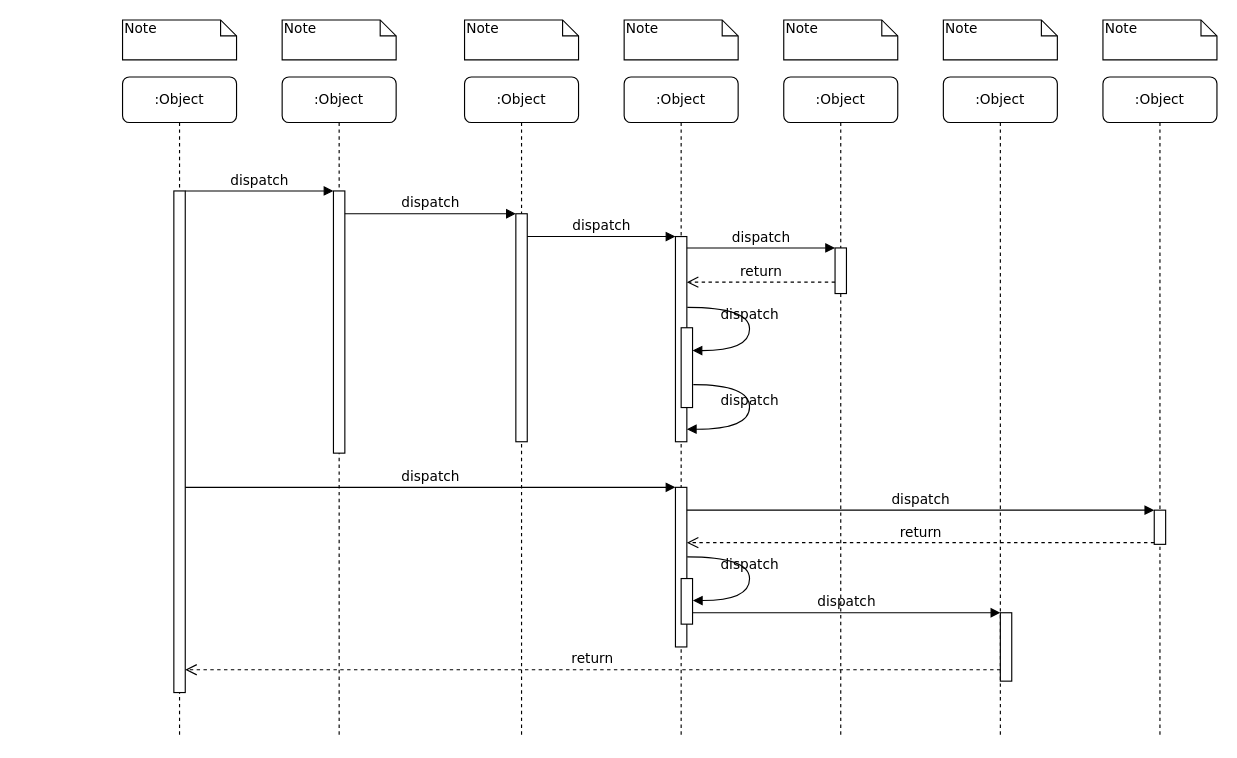
Above: Diagrama sem nome.drawio in milan-iscte/isctespot (draw.io), before the change. Source tidied: cells renumbered, new cells numbered last; positions are measured from the earlier drawing's top-left corner, leaving out a move shared by most shapes. Both pictures are drawn from the tidied source at 114%, with x=0, y=0 at pixel (122, 19).
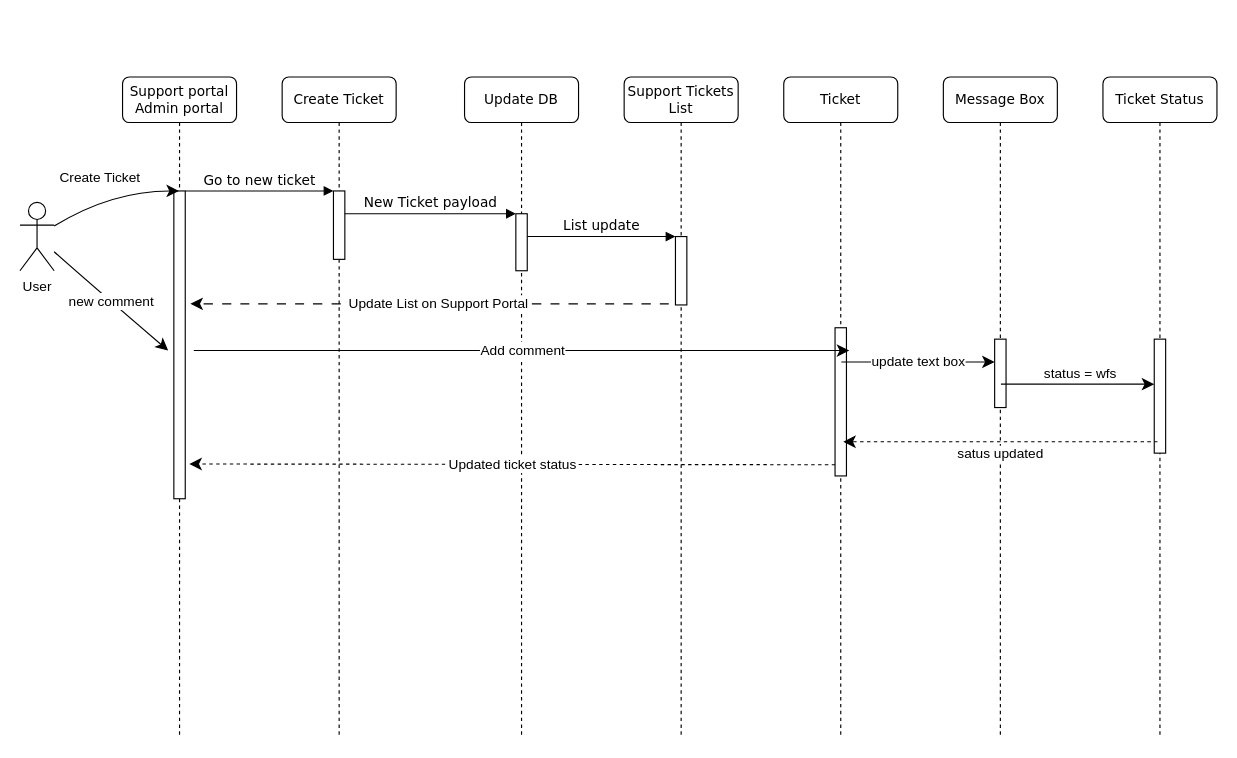
The same page after the edit.

Commit message:
update_user_flow

Change to the diagram source:
```diff
@@
-    <mxCell id="2" value=":Object" style="shape=umlLifeline;perimeter=lifelinePerimeter;whiteSpace=wrap;html=1;rounded=1;shadow=0;comic=0;labelBackgroundColor=none;strokeWidth=1;fontFamily=Verdana;fontSize=12;align=center;" parent="1" vertex="1">
+    <mxCell id="2" value="Create Ticket" style="shape=umlLifeline;perimeter=lifelinePerimeter;whiteSpace=wrap;html=1;rounded=1;shadow=0;comic=0;labelBackgroundColor=none;strokeWidth=1;fontFamily=Verdana;fontSize=12;align=center;" parent="1" vertex="1">
       <mxGeometry x="140" y="50" width="100" height="580" as="geometry" />
     </mxCell>
     <mxCell id="3" style="html=1;points=[];perimeter=orthogonalPerimeter;rounded=0;shadow=0;comic=0;labelBackgroundColor=none;strokeWidth=1;fontFamily=Verdana;fontSize=12;align=center;" parent="2" vertex="1">
-      <mxGeometry x="45" y="100" width="10" height="230" as="geometry" />
+      <mxGeometry x="45" y="100" width="10" height="60" as="geometry" />
     </mxCell>
-    <mxCell id="4" value=":Object" style="shape=umlLifeline;perimeter=lifelinePerimeter;whiteSpace=wrap;html=1;rounded=1;shadow=0;comic=0;labelBackgroundColor=none;strokeWidth=1;fontFamily=Verdana;fontSize=12;align=center;" parent="1" vertex="1">
+    <mxCell id="4" value="Update DB" style="shape=umlLifeline;perimeter=lifelinePerimeter;whiteSpace=wrap;html=1;rounded=1;shadow=0;comic=0;labelBackgroundColor=none;strokeWidth=1;fontFamily=Verdana;fontSize=12;align=center;" parent="1" vertex="1">
       <mxGeometry x="300" y="50" width="100" height="580" as="geometry" />
     </mxCell>
     <mxCell id="5" style="html=1;points=[];perimeter=orthogonalPerimeter;rounded=0;shadow=0;comic=0;labelBackgroundColor=none;strokeWidth=1;fontFamily=Verdana;fontSize=12;align=center;" parent="4" vertex="1">
-      <mxGeometry x="45" y="120" width="10" height="200" as="geometry" />
+      <mxGeometry x="45" y="120" width="10" height="50" as="geometry" />
     </mxCell>
-    <mxCell id="6" value=":Object" style="shape=umlLifeline;perimeter=lifelinePerimeter;whiteSpace=wrap;html=1;rounded=1;shadow=0;comic=0;labelBackgroundColor=none;strokeWidth=1;fontFamily=Verdana;fontSize=12;align=center;" parent="1" vertex="1">
+    <mxCell id="6" value="Support Tickets List" style="shape=umlLifeline;perimeter=lifelinePerimeter;whiteSpace=wrap;html=1;rounded=1;shadow=0;comic=0;labelBackgroundColor=none;strokeWidth=1;fontFamily=Verdana;fontSize=12;align=center;" parent="1" vertex="1">
       <mxGeometry x="440" y="50" width="100" height="580" as="geometry" />
     </mxCell>
-    <mxCell id="7" value=":Object" style="shape=umlLifeline;perimeter=lifelinePerimeter;whiteSpace=wrap;html=1;rounded=1;shadow=0;comic=0;labelBackgroundColor=none;strokeWidth=1;fontFamily=Verdana;fontSize=12;align=center;" parent="1" vertex="1">
+    <mxCell id="7" value="Ticket" style="shape=umlLifeline;perimeter=lifelinePerimeter;whiteSpace=wrap;html=1;rounded=1;shadow=0;comic=0;labelBackgroundColor=none;strokeWidth=1;fontFamily=Verdana;fontSize=12;align=center;" parent="1" vertex="1">
       <mxGeometry x="580" y="50" width="100" height="580" as="geometry" />
     </mxCell>
+    <mxCell id="39" style="html=1;perimeter=orthogonalPerimeter;rounded=0;shadow=0;comic=0;labelBackgroundColor=none;strokeWidth=1;fontFamily=Verdana;fontSize=12;align=center;" parent="7" vertex="1">
+      <mxGeometry x="45" y="220" width="10" height="130" as="geometry" />
+    </mxCell>
-    <mxCell id="8" value=":Object" style="shape=umlLifeline;perimeter=lifelinePerimeter;whiteSpace=wrap;html=1;rounded=1;shadow=0;comic=0;labelBackgroundColor=none;strokeWidth=1;fontFamily=Verdana;fontSize=12;align=center;" parent="1" vertex="1">
+    <mxCell id="8" value="Message Box" style="shape=umlLifeline;perimeter=lifelinePerimeter;whiteSpace=wrap;html=1;rounded=1;shadow=0;comic=0;labelBackgroundColor=none;strokeWidth=1;fontFamily=Verdana;fontSize=12;align=center;" parent="1" vertex="1">
       <mxGeometry x="720" y="50" width="100" height="580" as="geometry" />
     </mxCell>
+    <mxCell id="14" style="html=1;points=[];perimeter=orthogonalPerimeter;rounded=0;shadow=0;comic=0;labelBackgroundColor=none;strokeWidth=1;fontFamily=Verdana;fontSize=12;align=center;" parent="8" vertex="1">
+      <mxGeometry x="45" y="230" width="10" height="60" as="geometry" />
+    </mxCell>
+    <mxCell id="40" value="status = wfs" style="edgeStyle=none;curved=1;rounded=0;orthogonalLoop=1;jettySize=auto;html=1;fontSize=12;startSize=8;endSize=8;" parent="8" edge="1">
+      <mxGeometry x="0.03" y="10" relative="1" as="geometry">
+        <mxPoint x="50.5" y="269.5" as="sourcePoint" />
+        <mxPoint x="185" y="269.5" as="targetPoint" />
+        <mxPoint y="1" as="offset" />
+      </mxGeometry>
+    </mxCell>
+    <mxCell id="41" value="update text box" style="edgeStyle=none;curved=1;rounded=0;orthogonalLoop=1;jettySize=auto;html=1;fontSize=12;startSize=8;endSize=8;" parent="8" edge="1">
+      <mxGeometry relative="1" as="geometry">
+        <mxPoint x="-89.5" y="250" as="sourcePoint" />
+        <mxPoint x="45" y="250" as="targetPoint" />
+        <Array as="points">
+          <mxPoint x="-14.5" y="250" />
+        </Array>
+      </mxGeometry>
+    </mxCell>
-    <mxCell id="9" value=":Object" style="shape=umlLifeline;perimeter=lifelinePerimeter;whiteSpace=wrap;html=1;rounded=1;shadow=0;comic=0;labelBackgroundColor=none;strokeWidth=1;fontFamily=Verdana;fontSize=12;align=center;" parent="1" vertex="1">
+    <mxCell id="9" value="Ticket Status" style="shape=umlLifeline;perimeter=lifelinePerimeter;whiteSpace=wrap;html=1;rounded=1;shadow=0;comic=0;labelBackgroundColor=none;strokeWidth=1;fontFamily=Verdana;fontSize=12;align=center;" parent="1" vertex="1">
       <mxGeometry x="860" y="50" width="100" height="580" as="geometry" />
     </mxCell>
+    <mxCell id="42" style="html=1;perimeter=orthogonalPerimeter;rounded=0;shadow=0;comic=0;labelBackgroundColor=none;strokeWidth=1;fontFamily=Verdana;fontSize=12;align=center;" parent="9" vertex="1">
+      <mxGeometry x="45" y="230" width="10" height="100" as="geometry" />
+    </mxCell>
-    <mxCell id="10" value=":Object" style="shape=umlLifeline;perimeter=lifelinePerimeter;whiteSpace=wrap;html=1;outlineConnect=0;rounded=1;shadow=0;comic=0;labelBackgroundColor=none;strokeWidth=1;fontFamily=Verdana;fontSize=12;align=center;" parent="1" vertex="1">
+    <mxCell id="10" value="Support portal&lt;br&gt;Admin portal" style="shape=umlLifeline;perimeter=lifelinePerimeter;whiteSpace=wrap;html=1;outlineConnect=0;rounded=1;shadow=0;comic=0;labelBackgroundColor=none;strokeWidth=1;fontFamily=Verdana;fontSize=12;align=center;" parent="1" vertex="1">
       <mxGeometry y="50" width="100" height="580" as="geometry" />
     </mxCell>
     <mxCell id="11" style="html=1;points=[];perimeter=orthogonalPerimeter;rounded=0;shadow=0;comic=0;labelBackgroundColor=none;strokeWidth=1;fontFamily=Verdana;fontSize=12;align=center;" parent="10" vertex="1">
-      <mxGeometry x="45" y="100" width="10" height="440" as="geometry" />
+      <mxGeometry x="45" y="100" width="10" height="270" as="geometry" />
     </mxCell>
+    <mxCell id="43" value="Update List on Support Portal" style="edgeStyle=none;curved=1;rounded=0;orthogonalLoop=1;jettySize=auto;html=1;fontSize=12;startSize=8;endSize=8;dashed=1;dashPattern=8 8;" parent="1" edge="1">
+      <mxGeometry relative="1" as="geometry">
+        <mxPoint x="495" y="249" as="sourcePoint" />
+        <mxPoint x="59.5" y="249" as="targetPoint" />
+      </mxGeometry>
+    </mxCell>
     <mxCell id="12" style="html=1;points=[];perimeter=orthogonalPerimeter;rounded=0;shadow=0;comic=0;labelBackgroundColor=none;strokeWidth=1;fontFamily=Verdana;fontSize=12;align=center;" parent="1" vertex="1">
-      <mxGeometry x="485" y="190" width="10" height="180" as="geometry" />
+      <mxGeometry x="485" y="190" width="10" height="60" as="geometry" />
     </mxCell>
-    <mxCell id="13" value="dispatch" style="html=1;verticalAlign=bottom;endArrow=block;labelBackgroundColor=none;fontFamily=Verdana;fontSize=12;edgeStyle=elbowEdgeStyle;elbow=vertical;" parent="1" edge="1" source="5" target="12">
+    <mxCell id="13" value="List update" style="html=1;verticalAlign=bottom;endArrow=block;labelBackgroundColor=none;fontFamily=Verdana;fontSize=12;edgeStyle=elbowEdgeStyle;elbow=vertical;" parent="1" edge="1" source="5" target="12">
       <mxGeometry relative="1" as="geometry">
         <Array as="points">
           <mxPoint x="360" y="190" />
         </Array>
       </mxGeometry>
     </mxCell>
-    <mxCell id="14" style="html=1;points=[];perimeter=orthogonalPerimeter;rounded=0;shadow=0;comic=0;labelBackgroundColor=none;strokeWidth=1;fontFamily=Verdana;fontSize=12;align=center;" parent="1" vertex="1">
-      <mxGeometry x="625" y="200" width="10" height="40" as="geometry" />
-    </mxCell>
-    <mxCell id="15" value="dispatch" style="html=1;verticalAlign=bottom;endArrow=block;entryX=0;entryY=0;labelBackgroundColor=none;fontFamily=Verdana;fontSize=12;edgeStyle=elbowEdgeStyle;elbow=vertical;" parent="1" edge="1" source="12" target="14">
-      <mxGeometry relative="1" as="geometry" />
-    </mxCell>
-    <mxCell id="16" value="return" style="html=1;verticalAlign=bottom;endArrow=open;dashed=1;endSize=8;labelBackgroundColor=none;fontFamily=Verdana;fontSize=12;edgeStyle=elbowEdgeStyle;elbow=vertical;" parent="1" edge="1" source="14" target="12">
-      <mxGeometry relative="1" as="geometry">
-        <Array as="points">
-          <mxPoint x="570" y="230" />
-          <mxPoint x="600" y="230" />
-        </Array>
-      </mxGeometry>
-    </mxCell>
-    <mxCell id="17" style="html=1;points=[];perimeter=orthogonalPerimeter;rounded=0;shadow=0;comic=0;labelBackgroundColor=none;strokeWidth=1;fontFamily=Verdana;fontSize=12;align=center;" parent="1" vertex="1">
-      <mxGeometry x="485" y="410" width="10" height="140" as="geometry" />
-    </mxCell>
-    <mxCell id="18" value="dispatch" style="html=1;verticalAlign=bottom;endArrow=block;entryX=0;entryY=0;labelBackgroundColor=none;fontFamily=Verdana;fontSize=12;" parent="1" edge="1" source="11" target="17">
-      <mxGeometry relative="1" as="geometry" />
-    </mxCell>
-    <mxCell id="19" style="html=1;points=[];perimeter=orthogonalPerimeter;rounded=0;shadow=0;comic=0;labelBackgroundColor=none;strokeColor=#000000;strokeWidth=1;fillColor=#FFFFFF;fontFamily=Verdana;fontSize=12;fontColor=#000000;align=center;" parent="1" vertex="1">
-      <mxGeometry x="905" y="430" width="10" height="30" as="geometry" />
-    </mxCell>
-    <mxCell id="20" value="dispatch" style="html=1;verticalAlign=bottom;endArrow=block;entryX=0;entryY=0;labelBackgroundColor=none;fontFamily=Verdana;fontSize=12;" parent="1" edge="1" source="17" target="19">
-      <mxGeometry relative="1" as="geometry" />
-    </mxCell>
-    <mxCell id="21" value="return" style="html=1;verticalAlign=bottom;endArrow=open;dashed=1;endSize=8;exitX=0;exitY=0.95;labelBackgroundColor=none;fontFamily=Verdana;fontSize=12;" parent="1" edge="1" source="19" target="17">
-      <mxGeometry relative="1" as="geometry" />
-    </mxCell>
-    <mxCell id="22" style="html=1;points=[];perimeter=orthogonalPerimeter;rounded=0;shadow=0;comic=0;labelBackgroundColor=none;strokeWidth=1;fontFamily=Verdana;fontSize=12;align=center;" parent="1" vertex="1">
-      <mxGeometry x="770" y="520" width="10" height="60" as="geometry" />
-    </mxCell>
-    <mxCell id="23" value="dispatch" style="html=1;verticalAlign=bottom;endArrow=block;entryX=0;entryY=0;labelBackgroundColor=none;fontFamily=Verdana;fontSize=12;edgeStyle=elbowEdgeStyle;elbow=vertical;" parent="1" edge="1" source="30" target="22">
-      <mxGeometry relative="1" as="geometry" />
-    </mxCell>
-    <mxCell id="24" value="return" style="html=1;verticalAlign=bottom;endArrow=open;dashed=1;endSize=8;labelBackgroundColor=none;fontFamily=Verdana;fontSize=12;edgeStyle=elbowEdgeStyle;elbow=vertical;" parent="1" edge="1" source="22" target="11">
-      <mxGeometry relative="1" as="geometry">
-        <Array as="points">
-          <mxPoint x="470" y="570" />
-        </Array>
-      </mxGeometry>
-    </mxCell>
-    <mxCell id="25" value="dispatch" style="html=1;verticalAlign=bottom;endArrow=block;entryX=0;entryY=0;labelBackgroundColor=none;fontFamily=Verdana;fontSize=12;edgeStyle=elbowEdgeStyle;elbow=vertical;" parent="1" edge="1" source="11" target="3">
+    <mxCell id="25" value="Go to new ticket" style="html=1;verticalAlign=bottom;endArrow=block;entryX=0;entryY=0;labelBackgroundColor=none;fontFamily=Verdana;fontSize=12;edgeStyle=elbowEdgeStyle;elbow=vertical;" parent="1" edge="1" source="11" target="3">
       <mxGeometry relative="1" as="geometry" />
     </mxCell>
-    <mxCell id="26" value="dispatch" style="html=1;verticalAlign=bottom;endArrow=block;entryX=0;entryY=0;labelBackgroundColor=none;fontFamily=Verdana;fontSize=12;edgeStyle=elbowEdgeStyle;elbow=vertical;" parent="1" edge="1" source="3" target="5">
+    <mxCell id="26" value="New Ticket payload" style="html=1;verticalAlign=bottom;endArrow=block;entryX=0;entryY=0;labelBackgroundColor=none;fontFamily=Verdana;fontSize=12;edgeStyle=elbowEdgeStyle;elbow=vertical;" parent="1" edge="1" source="3" target="5">
       <mxGeometry relative="1" as="geometry" />
     </mxCell>
-    <mxCell id="27" style="html=1;points=[];perimeter=orthogonalPerimeter;rounded=0;shadow=0;comic=0;labelBackgroundColor=none;strokeWidth=1;fontFamily=Verdana;fontSize=12;align=center;" parent="1" vertex="1">
-      <mxGeometry x="490" y="270" width="10" height="70" as="geometry" />
-    </mxCell>
-    <mxCell id="28" value="dispatch" style="html=1;verticalAlign=bottom;endArrow=block;labelBackgroundColor=none;fontFamily=Verdana;fontSize=12;elbow=vertical;edgeStyle=orthogonalEdgeStyle;curved=1;entryX=1;entryY=0.286;entryPerimeter=0;exitX=1.038;exitY=0.345;exitPerimeter=0;" parent="1" edge="1" source="12" target="27">
-      <mxGeometry relative="1" as="geometry">
-        <Array as="points">
-          <mxPoint x="550" y="252" />
-          <mxPoint x="550" y="290" />
-        </Array>
-      </mxGeometry>
-    </mxCell>
-    <mxCell id="29" value="dispatch" style="html=1;verticalAlign=bottom;endArrow=block;labelBackgroundColor=none;fontFamily=Verdana;fontSize=12;elbow=vertical;edgeStyle=orthogonalEdgeStyle;curved=1;exitX=1.066;exitY=0.713;exitPerimeter=0;" parent="1" edge="1" source="27">
-      <mxGeometry relative="1" as="geometry">
-        <mxPoint x="495" y="359" as="targetPoint" />
-        <Array as="points">
-          <mxPoint x="550" y="320" />
-          <mxPoint x="550" y="359" />
-        </Array>
-      </mxGeometry>
-    </mxCell>
-    <mxCell id="30" style="html=1;points=[];perimeter=orthogonalPerimeter;rounded=0;shadow=0;comic=0;labelBackgroundColor=none;strokeWidth=1;fontFamily=Verdana;fontSize=12;align=center;" parent="1" vertex="1">
-      <mxGeometry x="490" y="490" width="10" height="40" as="geometry" />
-    </mxCell>
-    <mxCell id="31" value="dispatch" style="html=1;verticalAlign=bottom;endArrow=block;labelBackgroundColor=none;fontFamily=Verdana;fontSize=12;elbow=vertical;edgeStyle=orthogonalEdgeStyle;curved=1;entryX=1;entryY=0.286;entryPerimeter=0;exitX=1.038;exitY=0.345;exitPerimeter=0;" parent="1" edge="1">
-      <mxGeometry relative="1" as="geometry">
-        <mxPoint x="495.3" y="471" as="sourcePoint" />
-        <mxPoint x="500.3" y="509.3" as="targetPoint" />
-        <Array as="points">
-          <mxPoint x="550" y="471" />
-          <mxPoint x="550" y="509" />
-        </Array>
-      </mxGeometry>
-    </mxCell>
-    <mxCell id="32" value="Note" style="shape=note;whiteSpace=wrap;html=1;size=14;verticalAlign=top;align=left;spacingTop=-6;rounded=0;shadow=0;comic=0;labelBackgroundColor=none;strokeWidth=1;fontFamily=Verdana;fontSize=12;" parent="1" vertex="1">
-      <mxGeometry width="100" height="35" as="geometry" />
-    </mxCell>
-    <mxCell id="33" value="Note" style="shape=note;whiteSpace=wrap;html=1;size=14;verticalAlign=top;align=left;spacingTop=-6;rounded=0;shadow=0;comic=0;labelBackgroundColor=none;strokeWidth=1;fontFamily=Verdana;fontSize=12;" parent="1" vertex="1">
-      <mxGeometry x="140" width="100" height="35" as="geometry" />
-    </mxCell>
-    <mxCell id="34" value="Note" style="shape=note;whiteSpace=wrap;html=1;size=14;verticalAlign=top;align=left;spacingTop=-6;rounded=0;shadow=0;comic=0;labelBackgroundColor=none;strokeWidth=1;fontFamily=Verdana;fontSize=12;" parent="1" vertex="1">
-      <mxGeometry x="300" width="100" height="35" as="geometry" />
-    </mxCell>
-    <mxCell id="35" value="Note" style="shape=note;whiteSpace=wrap;html=1;size=14;verticalAlign=top;align=left;spacingTop=-6;rounded=0;shadow=0;comic=0;labelBackgroundColor=none;strokeWidth=1;fontFamily=Verdana;fontSize=12;" parent="1" vertex="1">
-      <mxGeometry x="440" width="100" height="35" as="geometry" />
-    </mxCell>
-    <mxCell id="36" value="Note" style="shape=note;whiteSpace=wrap;html=1;size=14;verticalAlign=top;align=left;spacingTop=-6;rounded=0;shadow=0;comic=0;labelBackgroundColor=none;strokeWidth=1;fontFamily=Verdana;fontSize=12;" parent="1" vertex="1">
-      <mxGeometry x="580" width="100" height="35" as="geometry" />
-    </mxCell>
-    <mxCell id="37" value="Note" style="shape=note;whiteSpace=wrap;html=1;size=14;verticalAlign=top;align=left;spacingTop=-6;rounded=0;shadow=0;comic=0;labelBackgroundColor=none;strokeWidth=1;fontFamily=Verdana;fontSize=12;" parent="1" vertex="1">
-      <mxGeometry x="720" width="100" height="35" as="geometry" />
-    </mxCell>
-    <mxCell id="38" value="Note" style="shape=note;whiteSpace=wrap;html=1;size=14;verticalAlign=top;align=left;spacingTop=-6;rounded=0;shadow=0;comic=0;labelBackgroundColor=none;strokeWidth=1;fontFamily=Verdana;fontSize=12;" parent="1" vertex="1">
-      <mxGeometry x="860" width="100" height="35" as="geometry" />
-    </mxCell>
+    <mxCell id="44" value="Create Ticket" style="edgeStyle=none;curved=1;rounded=0;jettySize=auto;html=1;fontSize=12;startSize=8;endSize=8;" parent="1" edge="1" source="46" target="10">
+      <mxGeometry x="-0.06" y="14" relative="1" as="geometry">
+        <Array as="points">
+          <mxPoint x="-10" y="150" />
+        </Array>
+      </mxGeometry>
+    </mxCell>
+    <mxCell id="45" value="new comment" style="edgeStyle=none;curved=1;rounded=0;jettySize=auto;html=1;fontSize=12;startSize=8;endSize=8;" parent="1" edge="1" source="46">
+      <mxGeometry relative="1" as="geometry">
+        <mxPoint x="40" y="290" as="targetPoint" />
+        <Array as="points">
+          <mxPoint x="-30" y="230" />
+        </Array>
+      </mxGeometry>
+    </mxCell>
+    <mxCell id="46" value="User" style="shape=umlActor;verticalLabelPosition=bottom;verticalAlign=top;html=1;outlineConnect=0;" parent="1" vertex="1">
+      <mxGeometry x="-90" y="160" width="30" height="60" as="geometry" />
+    </mxCell>
+    <mxCell id="47" value="Updated ticket status" style="edgeStyle=none;curved=1;rounded=0;orthogonalLoop=1;jettySize=auto;html=1;fontSize=12;startSize=8;endSize=8;exitX=0.14;exitY=0.825;exitDx=0;exitDy=0;exitPerimeter=0;dashed=1;" parent="1" edge="1">
+      <mxGeometry relative="1" as="geometry">
+        <mxPoint x="625" y="390.2" as="sourcePoint" />
+        <mxPoint x="58.6" y="389.5" as="targetPoint" />
+      </mxGeometry>
+    </mxCell>
+    <mxCell id="48" value="satus updated" style="edgeStyle=none;curved=1;rounded=0;orthogonalLoop=1;jettySize=auto;html=1;fontSize=12;startSize=8;endSize=8;dashed=1;" parent="1" edge="1">
+      <mxGeometry y="11" relative="1" as="geometry">
+        <mxPoint x="907.8" y="370" as="sourcePoint" />
+        <mxPoint x="632.2" y="370" as="targetPoint" />
+      </mxGeometry>
+    </mxCell>
+    <mxCell id="49" value="Add comment" style="edgeStyle=none;curved=1;rounded=0;orthogonalLoop=1;jettySize=auto;html=1;fontSize=12;startSize=8;endSize=8;" parent="1" edge="1">
+      <mxGeometry relative="1" as="geometry">
+        <mxPoint x="62.5" y="290" as="sourcePoint" />
+        <mxPoint x="637.5" y="290" as="targetPoint" />
+        <Array as="points">
+          <mxPoint x="437.5" y="290" />
+        </Array>
+      </mxGeometry>
+    </mxCell>
```
